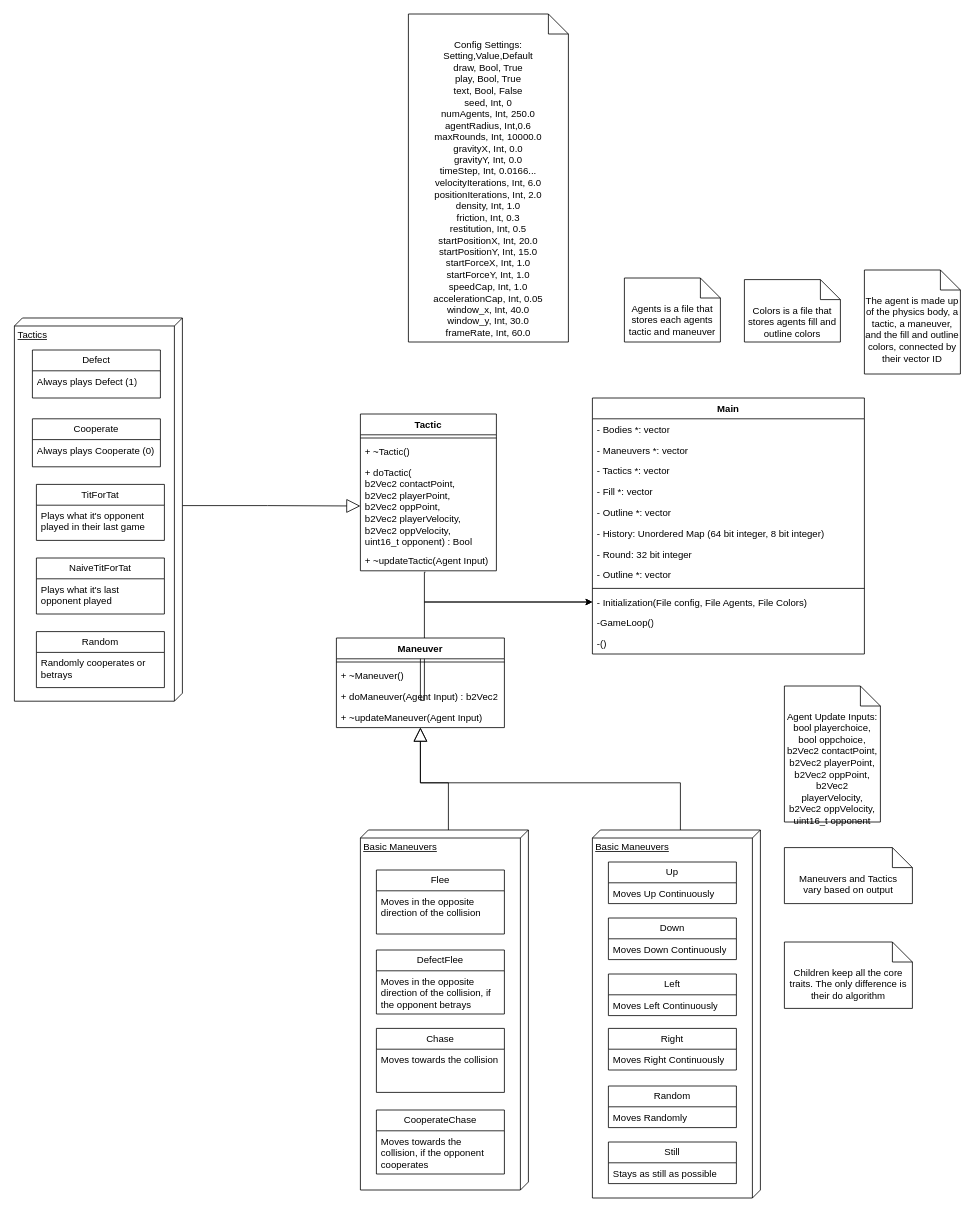
Earlier version of the draw.io diagram Class Diagram.drawio (Boland-Unfug/Thesis). Source tidied: cells renumbered, new cells numbered last; positions are measured from the earlier drawing's top-left corner, leaving out a move shared by most shapes. Both pictures are drawn from the tidied source at 80%, with x=0, y=0 at pixel (14, 14).
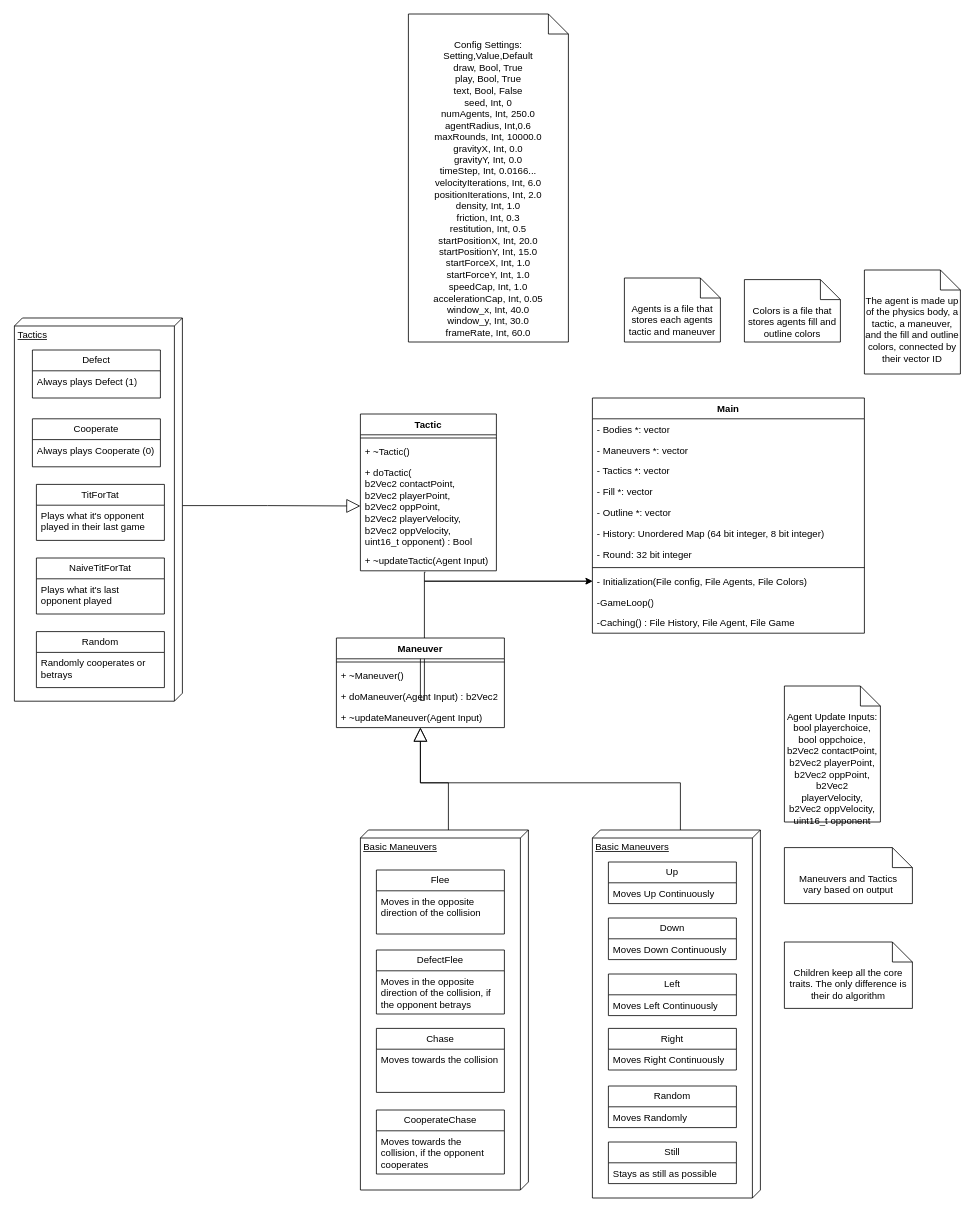
The same diagram, later.

The change refers to these unchanged cells:
```xml
<mxCell id="13" value="&lt;div&gt;+ ~updateTactic(Agent Input)&lt;/div&gt;" style="text;strokeColor=none;fillColor=none;align=left;verticalAlign=top;spacingLeft=4;spacingRight=4;overflow=hidden;points=[[0,0.5],[1,0.5]];portConstraint=eastwest;whiteSpace=wrap;html=1;" parent="9" vertex="1">
  <mxGeometry y="170" width="170" height="26" as="geometry" />
</mxCell>
<mxCell id="16" value="Maneuver" style="swimlane;fontStyle=1;align=center;verticalAlign=top;horizontal=1;startSize=26;whiteSpace=wrap;html=1;" parent="1" vertex="1">
  <mxGeometry x="402" y="780" width="210" height="112" as="geometry" />
</mxCell>
```

The edit, as a diff of the source:
```diff
@@
     <mxCell id="8" style="edgeStyle=orthogonalEdgeStyle;rounded=0;jettySize=auto;html=1;entryX=0;entryY=0.5;entryDx=0;entryDy=0;exitX=0.478;exitY=1.067;exitDx=0;exitDy=0;exitPerimeter=0;" parent="1" edge="1" source="13" target="63">
       <mxGeometry relative="1" as="geometry">
         <Array as="points">
           <mxPoint x="512" y="698" />
-          <mxPoint x="512" y="735" />
+          <mxPoint x="512" y="709" />
         </Array>
       </mxGeometry>
     </mxCell>
@@
     <mxCell id="15" style="edgeStyle=orthogonalEdgeStyle;rounded=0;jettySize=auto;html=1;exitX=0.5;exitY=0;exitDx=0;exitDy=0;entryX=0;entryY=0.5;entryDx=0;entryDy=0;" parent="1" edge="1" source="16" target="63">
       <mxGeometry relative="1" as="geometry">
         <Array as="points">
+          <mxPoint x="507" y="858" />
           <mxPoint x="512" y="858" />
-          <mxPoint x="512" y="735" />
+          <mxPoint x="512" y="709" />
         </Array>
       </mxGeometry>
     </mxCell>
@@
     <mxCell id="53" value="Main" style="swimlane;fontStyle=1;align=center;verticalAlign=top;horizontal=1;startSize=26;whiteSpace=wrap;html=1;" parent="1" vertex="1">
-      <mxGeometry x="722" y="480" width="340" height="320" as="geometry" />
+      <mxGeometry x="722" y="480" width="340" height="294" as="geometry" />
     </mxCell>
@@
-    <mxCell id="61" value="&lt;div&gt;- Outline *: vector&lt;/div&gt;&lt;div&gt;&lt;br&gt;&lt;/div&gt;" style="text;strokeColor=none;fillColor=none;align=left;verticalAlign=top;spacingLeft=4;spacingRight=4;overflow=hidden;whiteSpace=wrap;html=1;" parent="53" vertex="1">
-      <mxGeometry y="208" width="340" height="26" as="geometry" />
-    </mxCell>
     <mxCell id="62" style="line;strokeWidth=1;fillColor=none;align=left;verticalAlign=middle;spacingTop=-1;spacingLeft=3;spacingRight=3;labelPosition=right;strokeColor=inherit;" parent="53" vertex="1">
-      <mxGeometry y="234" width="340" height="8" as="geometry" />
+      <mxGeometry y="208" width="340" height="8" as="geometry" />
     </mxCell>
     <mxCell id="63" value="- Initialization(File config, File Agents, File Colors)" style="text;strokeColor=none;fillColor=none;align=left;verticalAlign=top;spacingLeft=4;spacingRight=4;overflow=hidden;points=[[0,0.5],[1,0.5]];portConstraint=eastwest;whiteSpace=wrap;html=1;" parent="53" vertex="1">
-      <mxGeometry y="242" width="340" height="26" as="geometry" />
+      <mxGeometry y="216" width="340" height="26" as="geometry" />
     </mxCell>
     <mxCell id="64" value="&lt;div&gt;-GameLoop()&lt;/div&gt;" style="text;strokeColor=none;fillColor=none;align=left;verticalAlign=top;spacingLeft=4;spacingRight=4;overflow=hidden;whiteSpace=wrap;html=1;" parent="53" vertex="1">
-      <mxGeometry y="268" width="340" height="26" as="geometry" />
+      <mxGeometry y="242" width="340" height="26" as="geometry" />
     </mxCell>
-    <mxCell id="65" value="&lt;div&gt;-()&lt;/div&gt;" style="text;strokeColor=none;fillColor=none;align=left;verticalAlign=top;spacingLeft=4;spacingRight=4;overflow=hidden;whiteSpace=wrap;html=1;" parent="53" vertex="1">
-      <mxGeometry y="294" width="340" height="26" as="geometry" />
+    <mxCell id="65" value="&lt;div&gt;-Caching() : File History, File Agent, File Game&lt;br&gt;&lt;/div&gt;" style="text;strokeColor=none;fillColor=none;align=left;verticalAlign=top;spacingLeft=4;spacingRight=4;overflow=hidden;whiteSpace=wrap;html=1;" parent="53" vertex="1">
+      <mxGeometry y="268" width="340" height="26" as="geometry" />
     </mxCell>
```
